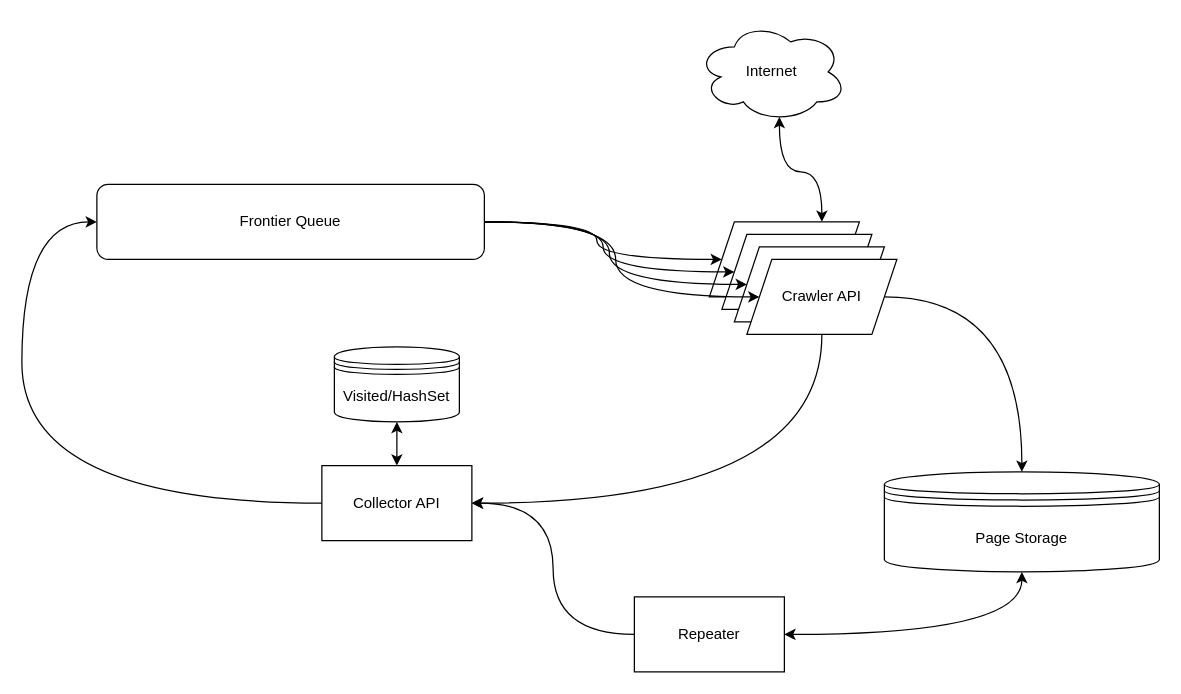
Above: docs/remora.drawio in harrybrwn/remora (draw.io), before the change. Source tidied: cells renumbered, new cells numbered last; positions are measured from the earlier drawing's top-left corner, leaving out a move shared by most shapes. Both pictures are drawn from the tidied source at 125%, with x=0, y=0 at pixel (21, 21).
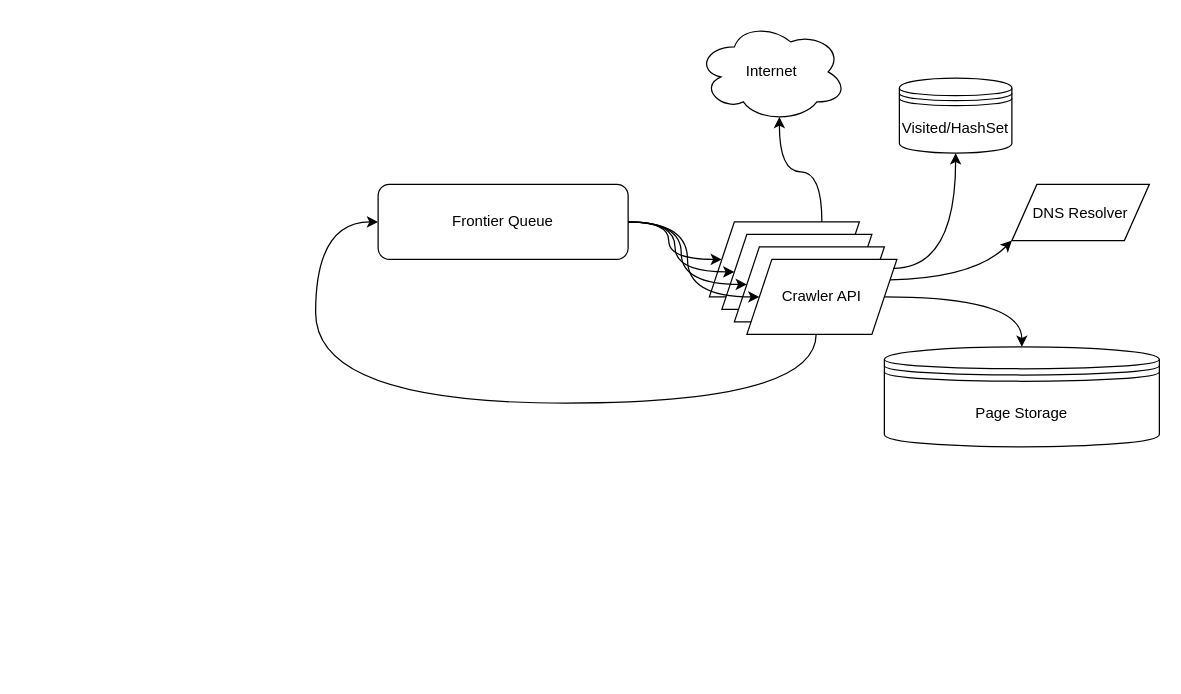
Above is the later version.

The change refers to these unchanged cells:
```xml
<mxCell id="5" style="shape=parallelogram;perimeter=parallelogramPerimeter;whiteSpace=wrap;html=1;fixedSize=1;" parent="1" vertex="1">
  <mxGeometry x="550" y="160" width="120" height="60" as="geometry" />
</mxCell>
<mxCell id="13" value="Crawler API" style="shape=parallelogram;perimeter=parallelogramPerimeter;whiteSpace=wrap;html=1;fixedSize=1;" parent="1" vertex="1">
  <mxGeometry x="580" y="190" width="120" height="60" as="geometry" />
</mxCell>
<mxCell id="14" value="Internet" style="ellipse;shape=cloud;whiteSpace=wrap;html=1;shadow=0;sketch=0;" parent="1" vertex="1">
  <mxGeometry x="540" width="120" height="80" as="geometry" />
</mxCell>
```

Change to the diagram source:
```diff
@@
     <mxCell id="2" value="Frontier Queue" style="rounded=1;whiteSpace=wrap;html=1;" parent="1" vertex="1">
-      <mxGeometry x="60" y="130" width="310" height="60" as="geometry" />
+      <mxGeometry x="285" y="130" width="200" height="60" as="geometry" />
     </mxCell>
-    <mxCell id="3" style="edgeStyle=orthogonalEdgeStyle;curved=1;rounded=0;jettySize=auto;html=1;exitX=0.75;exitY=0;exitDx=0;exitDy=0;entryX=0.55;entryY=0.95;entryDx=0;entryDy=0;entryPerimeter=0;shadow=0;startArrow=classic;startFill=1;" parent="1" edge="1" source="5" target="14">
+    <mxCell id="3" style="edgeStyle=orthogonalEdgeStyle;curved=1;rounded=0;jettySize=auto;html=1;exitX=0.75;exitY=0;exitDx=0;exitDy=0;entryX=0.55;entryY=0.95;entryDx=0;entryDy=0;entryPerimeter=0;shadow=0;startArrow=none;startFill=0;" parent="1" edge="1" source="5" target="14">
       <mxGeometry relative="1" as="geometry" />
     </mxCell>
@@
-    <mxCell id="11" style="edgeStyle=orthogonalEdgeStyle;curved=1;rounded=0;jettySize=auto;html=1;exitX=0.5;exitY=1;exitDx=0;exitDy=0;entryX=1;entryY=0.5;entryDx=0;entryDy=0;shadow=0;startArrow=none;startFill=0;" parent="1" edge="1" source="13" target="18">
-      <mxGeometry relative="1" as="geometry" />
-    </mxCell>
@@
     <mxCell id="15" value="Page Storage" style="shape=datastore;whiteSpace=wrap;html=1;shadow=0;sketch=0;" parent="1" vertex="1">
-      <mxGeometry x="690" y="360" width="220" height="80" as="geometry" />
+      <mxGeometry x="690" y="260" width="220" height="80" as="geometry" />
     </mxCell>
-    <mxCell id="16" style="edgeStyle=orthogonalEdgeStyle;curved=1;rounded=0;jettySize=auto;html=1;exitX=0.5;exitY=0;exitDx=0;exitDy=0;entryX=0.5;entryY=1;entryDx=0;entryDy=0;shadow=0;startArrow=classic;startFill=1;" parent="1" edge="1" source="18" target="19">
+    <mxCell id="16" style="edgeStyle=orthogonalEdgeStyle;curved=1;rounded=0;jettySize=auto;html=1;exitX=0.976;exitY=0.119;exitDx=0;exitDy=0;entryX=0.5;entryY=1;entryDx=0;entryDy=0;shadow=0;startArrow=none;startFill=0;exitPerimeter=0;" parent="1" edge="1" source="13" target="19">
       <mxGeometry relative="1" as="geometry" />
     </mxCell>
-    <mxCell id="17" style="edgeStyle=orthogonalEdgeStyle;curved=1;rounded=0;jettySize=auto;html=1;exitX=0;exitY=0.5;exitDx=0;exitDy=0;entryX=0;entryY=0.5;entryDx=0;entryDy=0;shadow=0;startArrow=none;startFill=0;" parent="1" edge="1" source="18" target="2">
+    <mxCell id="17" style="edgeStyle=orthogonalEdgeStyle;curved=1;rounded=0;jettySize=auto;html=1;exitX=0.462;exitY=0.995;exitDx=0;exitDy=0;entryX=0;entryY=0.5;entryDx=0;entryDy=0;shadow=0;startArrow=none;startFill=0;exitPerimeter=0;" parent="1" edge="1" source="13" target="2">
       <mxGeometry relative="1" as="geometry">
         <Array as="points">
-          <mxPoint y="385" />
-          <mxPoint y="160" />
+          <mxPoint x="635" y="305" />
+          <mxPoint x="235" y="305" />
+          <mxPoint x="235" y="160" />
         </Array>
       </mxGeometry>
     </mxCell>
-    <mxCell id="18" value="Collector API" style="rounded=0;whiteSpace=wrap;html=1;shadow=0;sketch=0;" parent="1" vertex="1">
-      <mxGeometry x="240" y="355" width="120" height="60" as="geometry" />
-    </mxCell>
     <mxCell id="19" value="Visited/HashSet" style="shape=datastore;whiteSpace=wrap;html=1;shadow=0;sketch=0;" parent="1" vertex="1">
-      <mxGeometry x="250" y="260" width="100" height="60" as="geometry" />
+      <mxGeometry x="702" y="45" width="90" height="60" as="geometry" />
     </mxCell>
-    <mxCell id="20" style="edgeStyle=orthogonalEdgeStyle;curved=1;rounded=0;jettySize=auto;html=1;exitX=0;exitY=0.5;exitDx=0;exitDy=0;entryX=1;entryY=0.5;entryDx=0;entryDy=0;shadow=0;startArrow=none;startFill=0;" parent="1" edge="1" source="22" target="18">
-      <mxGeometry relative="1" as="geometry" />
-    </mxCell>
-    <mxCell id="21" style="edgeStyle=orthogonalEdgeStyle;curved=1;rounded=0;jettySize=auto;html=1;exitX=1;exitY=0.5;exitDx=0;exitDy=0;entryX=0.5;entryY=1;entryDx=0;entryDy=0;shadow=0;startArrow=classic;startFill=1;" parent="1" edge="1" source="22" target="15">
-      <mxGeometry relative="1" as="geometry" />
-    </mxCell>
-    <mxCell id="22" value="Repeater" style="rounded=0;whiteSpace=wrap;html=1;shadow=0;sketch=0;" parent="1" vertex="1">
-      <mxGeometry x="490" y="460" width="120" height="60" as="geometry" />
-    </mxCell>
+    <mxCell id="23" value="DNS Resolver" style="shape=parallelogram;perimeter=parallelogramPerimeter;whiteSpace=wrap;html=1;fixedSize=1;" parent="1" vertex="1">
+      <mxGeometry x="792" y="130" width="110" height="45" as="geometry" />
+    </mxCell>
+    <mxCell id="24" style="endArrow=classic;html=1;rounded=0;exitX=1;exitY=0.25;exitDx=0;exitDy=0;curved=1;entryX=0;entryY=1;entryDx=0;entryDy=0;" parent="1" edge="1" source="13" target="23">
+      <mxGeometry relative="1" as="geometry">
+        <Array as="points">
+          <mxPoint x="762" y="205" />
+        </Array>
+      </mxGeometry>
+    </mxCell>
```
